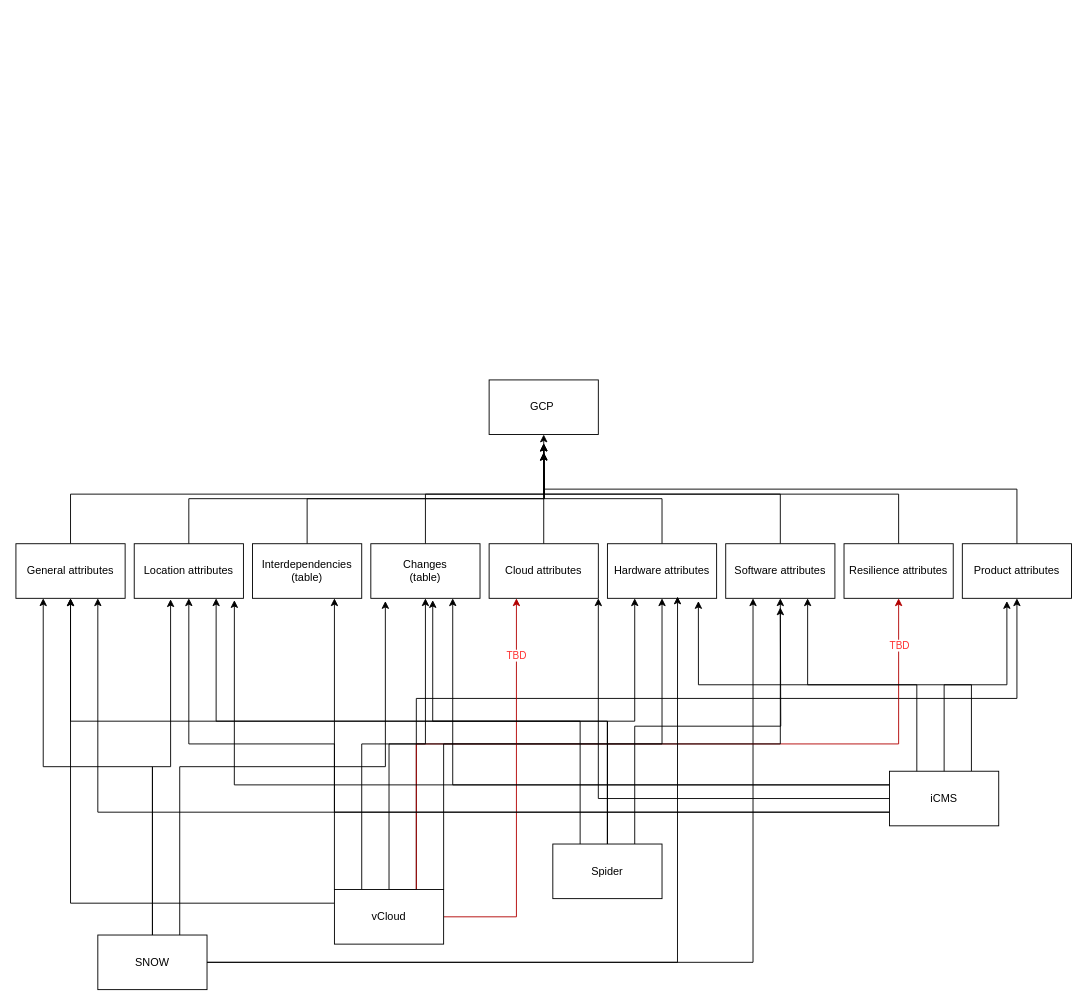
Before: Untitled Diagram.drawio in adrianroditis1/connex, a draw.io diagram. Source tidied: cells renumbered, new cells numbered last; positions are measured from the earlier drawing's top-left corner, leaving out a move shared by most shapes. Both pictures are drawn from the tidied source at 91%, with x=0, y=0 at pixel (15, 379).
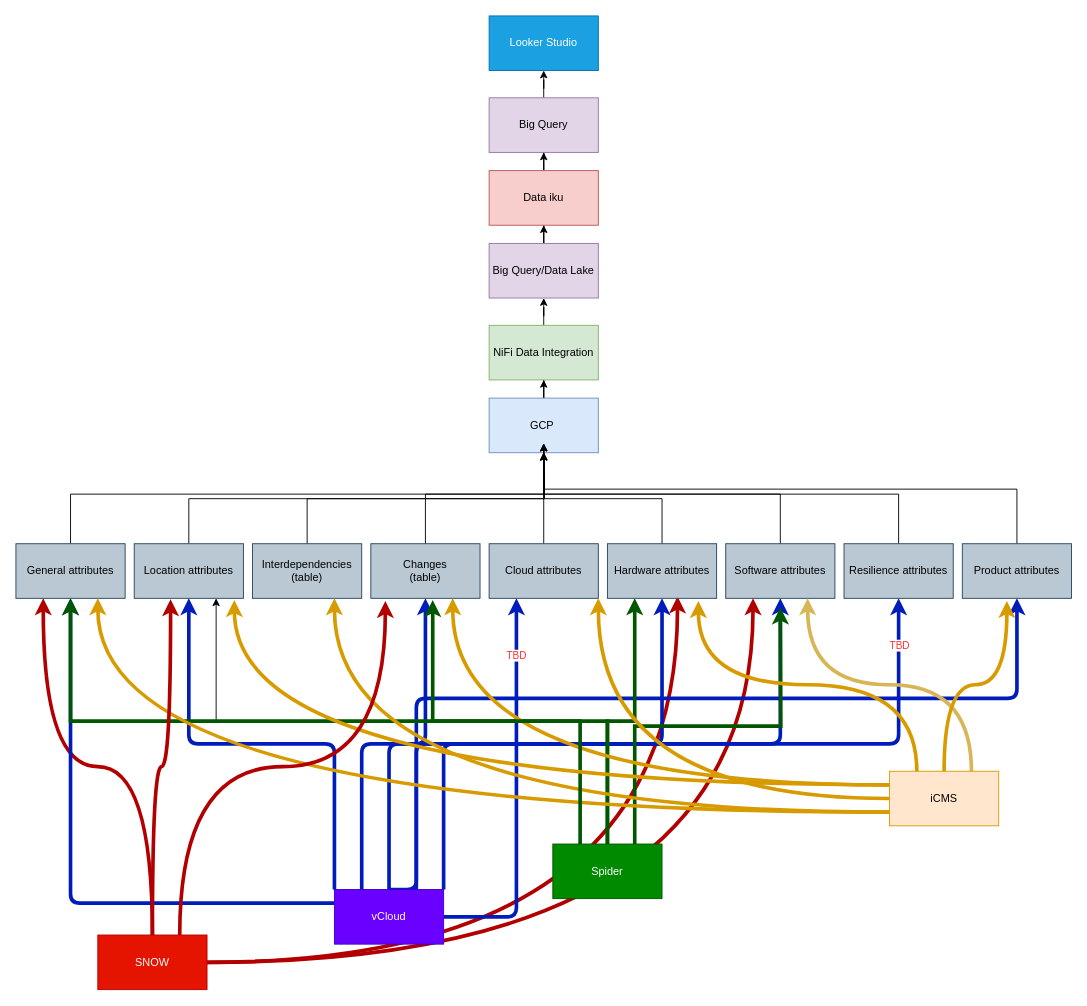
Above is the later version.

The edit, as a diff of the source:
```diff
@@
+    <mxCell id="52" style="edgeStyle=orthogonalEdgeStyle;jettySize=auto;html=1;entryX=0.642;entryY=0.967;entryDx=0;entryDy=0;entryPerimeter=0;fillColor=#e51400;strokeColor=#B20000;curved=1;strokeWidth=4;" parent="1" edge="1" source="23" target="12">
+      <mxGeometry relative="1" as="geometry" />
+    </mxCell>
+    <mxCell id="53" style="edgeStyle=orthogonalEdgeStyle;rounded=0;jettySize=auto;html=1;entryX=0.5;entryY=1;entryDx=0;entryDy=0;" parent="1" edge="1" source="2" target="55">
+      <mxGeometry relative="1" as="geometry" />
+    </mxCell>
-    <mxCell id="2" value="GCP&amp;nbsp;" style="rounded=0;whiteSpace=wrap;html=1;" parent="1" vertex="1">
-      <mxGeometry x="520" width="120" height="60" as="geometry" />
+    <mxCell id="2" value="GCP&amp;nbsp;" style="rounded=0;whiteSpace=wrap;html=1;fillColor=#dae8fc;strokeColor=#6c8ebf;" parent="1" vertex="1">
+      <mxGeometry x="520" y="20" width="120" height="60" as="geometry" />
     </mxCell>
@@
-    <mxCell id="4" value="General attributes" style="rounded=0;whiteSpace=wrap;html=1;" parent="1" vertex="1">
+    <mxCell id="4" value="General attributes" style="rounded=0;whiteSpace=wrap;html=1;fillColor=#bac8d3;strokeColor=#23445d;" parent="1" vertex="1">
       <mxGeometry y="180" width="120" height="60" as="geometry" />
     </mxCell>
@@
-    <mxCell id="6" value="Location attributes" style="rounded=0;whiteSpace=wrap;html=1;" parent="1" vertex="1">
+    <mxCell id="6" value="Location attributes" style="rounded=0;whiteSpace=wrap;html=1;fillColor=#bac8d3;strokeColor=#23445d;" parent="1" vertex="1">
       <mxGeometry x="130" y="180" width="120" height="60" as="geometry" />
     </mxCell>
@@
-    <mxCell id="8" value="Interdependencies (table)" style="rounded=0;whiteSpace=wrap;html=1;" parent="1" vertex="1">
+    <mxCell id="8" value="Interdependencies (table)" style="rounded=0;whiteSpace=wrap;html=1;fillColor=#bac8d3;strokeColor=#23445d;" parent="1" vertex="1">
       <mxGeometry x="260" y="180" width="120" height="60" as="geometry" />
     </mxCell>
@@
-    <mxCell id="10" value="Cloud attributes" style="rounded=0;whiteSpace=wrap;html=1;" parent="1" vertex="1">
+    <mxCell id="10" value="Cloud attributes" style="rounded=0;whiteSpace=wrap;html=1;fillColor=#bac8d3;strokeColor=#23445d;" parent="1" vertex="1">
       <mxGeometry x="520" y="180" width="120" height="60" as="geometry" />
     </mxCell>
@@
-    <mxCell id="12" value="Hardware attributes" style="rounded=0;whiteSpace=wrap;html=1;" parent="1" vertex="1">
+    <mxCell id="12" value="Hardware attributes" style="rounded=0;whiteSpace=wrap;html=1;fillColor=#bac8d3;strokeColor=#23445d;" parent="1" vertex="1">
       <mxGeometry x="650" y="180" width="120" height="60" as="geometry" />
     </mxCell>
@@
-    <mxCell id="14" value="Changes &lt;br&gt;(table)" style="rounded=0;whiteSpace=wrap;html=1;" parent="1" vertex="1">
+    <mxCell id="14" value="Changes &lt;br&gt;(table)" style="rounded=0;whiteSpace=wrap;html=1;fillColor=#bac8d3;strokeColor=#23445d;" parent="1" vertex="1">
       <mxGeometry x="390" y="180" width="120" height="60" as="geometry" />
     </mxCell>
@@
-    <mxCell id="16" value="Software attributes" style="rounded=0;whiteSpace=wrap;html=1;" parent="1" vertex="1">
+    <mxCell id="16" value="Software attributes" style="rounded=0;whiteSpace=wrap;html=1;fillColor=#bac8d3;strokeColor=#23445d;" parent="1" vertex="1">
       <mxGeometry x="780" y="180" width="120" height="60" as="geometry" />
     </mxCell>
@@
-    <mxCell id="18" value="Resilience attributes" style="rounded=0;whiteSpace=wrap;html=1;" parent="1" vertex="1">
+    <mxCell id="18" value="Resilience attributes" style="rounded=0;whiteSpace=wrap;html=1;fillColor=#bac8d3;strokeColor=#23445d;" parent="1" vertex="1">
       <mxGeometry x="910" y="180" width="120" height="60" as="geometry" />
     </mxCell>
@@
-    <mxCell id="20" value="Product attributes" style="rounded=0;whiteSpace=wrap;html=1;" parent="1" vertex="1">
+    <mxCell id="20" value="Product attributes" style="rounded=0;whiteSpace=wrap;html=1;fillColor=#bac8d3;strokeColor=#23445d;" parent="1" vertex="1">
       <mxGeometry x="1040" y="180" width="120" height="60" as="geometry" />
     </mxCell>
-    <mxCell id="21" style="edgeStyle=orthogonalEdgeStyle;rounded=0;jettySize=auto;html=1;entryX=0.25;entryY=1;entryDx=0;entryDy=0;" parent="1" edge="1" source="23" target="4">
+    <mxCell id="21" style="edgeStyle=orthogonalEdgeStyle;jettySize=auto;html=1;entryX=0.25;entryY=1;entryDx=0;entryDy=0;fillColor=#e51400;strokeColor=#B20000;strokeWidth=4;curved=1;" parent="1" edge="1" source="23" target="4">
       <mxGeometry relative="1" as="geometry" />
     </mxCell>
-    <mxCell id="22" style="edgeStyle=orthogonalEdgeStyle;rounded=0;jettySize=auto;html=1;entryX=0.25;entryY=1;entryDx=0;entryDy=0;" parent="1" edge="1" source="23" target="16">
+    <mxCell id="22" style="edgeStyle=orthogonalEdgeStyle;jettySize=auto;html=1;entryX=0.25;entryY=1;entryDx=0;entryDy=0;curved=1;fillColor=#e51400;strokeColor=#B20000;strokeWidth=4;" parent="1" edge="1" source="23" target="16">
       <mxGeometry relative="1" as="geometry" />
     </mxCell>
-    <mxCell id="23" value="SNOW" style="rounded=0;whiteSpace=wrap;html=1;" parent="1" vertex="1">
+    <mxCell id="23" value="SNOW" style="rounded=0;whiteSpace=wrap;html=1;fillColor=#e51400;fontColor=#ffffff;strokeColor=#B20000;" parent="1" vertex="1">
       <mxGeometry x="90" y="610" width="120" height="60" as="geometry" />
     </mxCell>
-    <mxCell id="24" style="edgeStyle=orthogonalEdgeStyle;rounded=0;jettySize=auto;html=1;exitX=0.5;exitY=0;exitDx=0;exitDy=0;entryX=0.5;entryY=1;entryDx=0;entryDy=0;" parent="1" edge="1" source="34" target="20">
+    <mxCell id="24" style="edgeStyle=orthogonalEdgeStyle;rounded=1;jettySize=auto;html=1;exitX=0.5;exitY=0;exitDx=0;exitDy=0;entryX=0.5;entryY=1;entryDx=0;entryDy=0;fillColor=#0050ef;strokeColor=#001DBC;strokeWidth=4;" parent="1" edge="1" source="34" target="20">
       <mxGeometry relative="1" as="geometry">
         <Array as="points">
           <mxPoint x="440" y="350" />
           <mxPoint x="1100" y="350" />
         </Array>
       </mxGeometry>
     </mxCell>
-    <mxCell id="25" style="edgeStyle=orthogonalEdgeStyle;rounded=0;jettySize=auto;html=1;exitX=0.75;exitY=0;exitDx=0;exitDy=0;entryX=0.5;entryY=1;entryDx=0;entryDy=0;fillColor=#e51400;strokeColor=#B20000;" parent="1" edge="1" source="34" target="18">
+    <mxCell id="25" style="edgeStyle=orthogonalEdgeStyle;rounded=1;jettySize=auto;html=1;exitX=0.75;exitY=0;exitDx=0;exitDy=0;entryX=0.5;entryY=1;entryDx=0;entryDy=0;fillColor=#0050ef;strokeColor=#001DBC;strokeWidth=4;" parent="1" edge="1" source="34" target="18">
       <mxGeometry relative="1" as="geometry" />
     </mxCell>
@@
-    <mxCell id="27" style="edgeStyle=orthogonalEdgeStyle;rounded=0;jettySize=auto;html=1;exitX=0.25;exitY=0;exitDx=0;exitDy=0;entryX=0.5;entryY=1;entryDx=0;entryDy=0;" parent="1" edge="1" source="34" target="12">
+    <mxCell id="27" style="edgeStyle=orthogonalEdgeStyle;rounded=1;jettySize=auto;html=1;exitX=0.25;exitY=0;exitDx=0;exitDy=0;entryX=0.5;entryY=1;entryDx=0;entryDy=0;fillColor=#0050ef;strokeColor=#001DBC;strokeWidth=4;" parent="1" edge="1" source="34" target="12">
       <mxGeometry relative="1" as="geometry" />
     </mxCell>
-    <mxCell id="28" style="edgeStyle=orthogonalEdgeStyle;rounded=0;jettySize=auto;html=1;entryX=0.5;entryY=1;entryDx=0;entryDy=0;" parent="1" edge="1" source="34" target="14">
+    <mxCell id="28" style="edgeStyle=orthogonalEdgeStyle;rounded=1;jettySize=auto;html=1;entryX=0.5;entryY=1;entryDx=0;entryDy=0;fillColor=#0050ef;strokeColor=#001DBC;strokeWidth=4;" parent="1" edge="1" source="34" target="14">
       <mxGeometry relative="1" as="geometry" />
     </mxCell>
-    <mxCell id="29" style="edgeStyle=orthogonalEdgeStyle;rounded=0;jettySize=auto;html=1;entryX=0.25;entryY=1;entryDx=0;entryDy=0;fillColor=#e51400;strokeColor=#B20000;" parent="1" edge="1" source="34" target="10">
+    <mxCell id="29" style="edgeStyle=orthogonalEdgeStyle;rounded=1;jettySize=auto;html=1;entryX=0.25;entryY=1;entryDx=0;entryDy=0;fillColor=#0050ef;strokeColor=#001DBC;strokeWidth=4;" parent="1" edge="1" source="34" target="10">
       <mxGeometry relative="1" as="geometry" />
     </mxCell>
@@
-    <mxCell id="31" style="edgeStyle=orthogonalEdgeStyle;rounded=0;jettySize=auto;html=1;exitX=0;exitY=0;exitDx=0;exitDy=0;entryX=0.5;entryY=1;entryDx=0;entryDy=0;" parent="1" edge="1" source="34" target="6">
+    <mxCell id="31" style="edgeStyle=orthogonalEdgeStyle;rounded=1;jettySize=auto;html=1;exitX=0;exitY=0;exitDx=0;exitDy=0;entryX=0.5;entryY=1;entryDx=0;entryDy=0;fillColor=#0050ef;strokeColor=#001DBC;strokeWidth=4;" parent="1" edge="1" source="34" target="6">
       <mxGeometry relative="1" as="geometry" />
     </mxCell>
-    <mxCell id="32" style="edgeStyle=orthogonalEdgeStyle;rounded=0;jettySize=auto;html=1;exitX=0;exitY=0.25;exitDx=0;exitDy=0;entryX=0.5;entryY=1;entryDx=0;entryDy=0;" parent="1" edge="1" source="34" target="4">
+    <mxCell id="32" style="edgeStyle=orthogonalEdgeStyle;rounded=1;jettySize=auto;html=1;exitX=0;exitY=0.25;exitDx=0;exitDy=0;entryX=0.5;entryY=1;entryDx=0;entryDy=0;fillColor=#0050ef;strokeColor=#001DBC;strokeWidth=4;" parent="1" edge="1" source="34" target="4">
       <mxGeometry relative="1" as="geometry" />
     </mxCell>
-    <mxCell id="33" style="edgeStyle=orthogonalEdgeStyle;rounded=0;jettySize=auto;html=1;exitX=1;exitY=0;exitDx=0;exitDy=0;" parent="1" edge="1" source="34" target="16">
+    <mxCell id="33" style="edgeStyle=orthogonalEdgeStyle;rounded=1;jettySize=auto;html=1;exitX=1;exitY=0;exitDx=0;exitDy=0;fillColor=#0050ef;strokeColor=#001DBC;strokeWidth=4;" parent="1" edge="1" source="34" target="16">
       <mxGeometry relative="1" as="geometry" />
     </mxCell>
-    <mxCell id="34" value="vCloud" style="rounded=0;whiteSpace=wrap;html=1;" parent="1" vertex="1">
+    <mxCell id="34" value="vCloud" style="rounded=0;whiteSpace=wrap;html=1;fillColor=#6a00ff;fontColor=#ffffff;strokeColor=#3700CC;" parent="1" vertex="1">
       <mxGeometry x="350" y="560" width="120" height="60" as="geometry" />
     </mxCell>
-    <mxCell id="35" style="edgeStyle=orthogonalEdgeStyle;rounded=0;jettySize=auto;html=1;exitX=0.5;exitY=0;exitDx=0;exitDy=0;entryX=0.25;entryY=1;entryDx=0;entryDy=0;" parent="1" edge="1" source="39" target="12">
+    <mxCell id="35" style="edgeStyle=orthogonalEdgeStyle;rounded=0;jettySize=auto;html=1;exitX=0.5;exitY=0;exitDx=0;exitDy=0;entryX=0.25;entryY=1;entryDx=0;entryDy=0;fillColor=#008a00;strokeColor=#005700;strokeWidth=4;" parent="1" edge="1" source="39" target="12">
       <mxGeometry relative="1" as="geometry" />
     </mxCell>
-    <mxCell id="36" style="edgeStyle=orthogonalEdgeStyle;rounded=0;jettySize=auto;html=1;exitX=0.75;exitY=0;exitDx=0;exitDy=0;" parent="1" edge="1" source="39">
+    <mxCell id="36" style="edgeStyle=orthogonalEdgeStyle;rounded=0;jettySize=auto;html=1;exitX=0.75;exitY=0;exitDx=0;exitDy=0;strokeWidth=4;fillColor=#008a00;strokeColor=#005700;" parent="1" edge="1" source="39">
       <mxGeometry relative="1" as="geometry">
         <mxPoint x="840" y="250" as="targetPoint" />
       </mxGeometry>
     </mxCell>
@@
-    <mxCell id="38" style="edgeStyle=orthogonalEdgeStyle;rounded=0;jettySize=auto;html=1;exitX=0.5;exitY=0;exitDx=0;exitDy=0;" parent="1" edge="1" source="39" target="4">
+    <mxCell id="38" style="edgeStyle=orthogonalEdgeStyle;rounded=0;jettySize=auto;html=1;exitX=0.5;exitY=0;exitDx=0;exitDy=0;fillColor=#008a00;strokeColor=#005700;strokeWidth=4;" parent="1" edge="1" source="39" target="4">
       <mxGeometry relative="1" as="geometry" />
     </mxCell>
+    <mxCell id="40" style="edgeStyle=orthogonalEdgeStyle;jettySize=auto;html=1;exitX=0.75;exitY=0;exitDx=0;exitDy=0;entryX=0.75;entryY=1;entryDx=0;entryDy=0;strokeWidth=4;curved=1;fillColor=#fff2cc;strokeColor=#d6b656;" parent="1" edge="1" source="45" target="16">
+      <mxGeometry relative="1" as="geometry" />
+    </mxCell>
-    <mxCell id="39" value="Spider" style="rounded=0;whiteSpace=wrap;html=1;" parent="1" vertex="1">
+    <mxCell id="39" value="Spider" style="rounded=0;whiteSpace=wrap;html=1;fillColor=#008a00;fontColor=#ffffff;strokeColor=#005700;" parent="1" vertex="1">
       <mxGeometry x="590" y="510" width="120" height="60" as="geometry" />
     </mxCell>
-    <mxCell id="40" style="edgeStyle=orthogonalEdgeStyle;rounded=0;jettySize=auto;html=1;exitX=0.75;exitY=0;exitDx=0;exitDy=0;entryX=0.75;entryY=1;entryDx=0;entryDy=0;" parent="1" edge="1" source="45" target="16">
-      <mxGeometry relative="1" as="geometry" />
-    </mxCell>
-    <mxCell id="41" style="edgeStyle=orthogonalEdgeStyle;rounded=0;jettySize=auto;html=1;entryX=1;entryY=1;entryDx=0;entryDy=0;" parent="1" edge="1" source="45" target="10">
+    <mxCell id="41" style="edgeStyle=orthogonalEdgeStyle;jettySize=auto;html=1;entryX=1;entryY=1;entryDx=0;entryDy=0;curved=1;strokeWidth=4;fillColor=#ffe6cc;strokeColor=#d79b00;" parent="1" edge="1" source="45" target="10">
       <mxGeometry relative="1" as="geometry" />
     </mxCell>
-    <mxCell id="42" style="edgeStyle=orthogonalEdgeStyle;rounded=0;jettySize=auto;html=1;exitX=0;exitY=0.25;exitDx=0;exitDy=0;entryX=0.75;entryY=1;entryDx=0;entryDy=0;" parent="1" edge="1" source="45" target="14">
+    <mxCell id="42" style="edgeStyle=orthogonalEdgeStyle;jettySize=auto;html=1;exitX=0;exitY=0.25;exitDx=0;exitDy=0;entryX=0.75;entryY=1;entryDx=0;entryDy=0;fillColor=#ffe6cc;strokeColor=#d79b00;strokeWidth=4;curved=1;" parent="1" edge="1" source="45" target="14">
       <mxGeometry relative="1" as="geometry" />
     </mxCell>
-    <mxCell id="43" style="edgeStyle=orthogonalEdgeStyle;rounded=0;jettySize=auto;html=1;exitX=0;exitY=0.75;exitDx=0;exitDy=0;entryX=0.75;entryY=1;entryDx=0;entryDy=0;" parent="1" edge="1" source="45" target="8">
+    <mxCell id="43" style="edgeStyle=orthogonalEdgeStyle;jettySize=auto;html=1;exitX=0;exitY=0.75;exitDx=0;exitDy=0;entryX=0.75;entryY=1;entryDx=0;entryDy=0;fillColor=#ffe6cc;strokeColor=#d79b00;strokeWidth=4;curved=1;" parent="1" edge="1" source="45" target="8">
       <mxGeometry relative="1" as="geometry" />
     </mxCell>
-    <mxCell id="44" style="edgeStyle=orthogonalEdgeStyle;rounded=0;jettySize=auto;html=1;exitX=0;exitY=0.75;exitDx=0;exitDy=0;entryX=0.75;entryY=1;entryDx=0;entryDy=0;" parent="1" edge="1" source="45" target="4">
+    <mxCell id="44" style="edgeStyle=orthogonalEdgeStyle;jettySize=auto;html=1;exitX=0;exitY=0.75;exitDx=0;exitDy=0;entryX=0.75;entryY=1;entryDx=0;entryDy=0;fillColor=#ffe6cc;strokeColor=#d79b00;curved=1;strokeWidth=4;" parent="1" edge="1" source="45" target="4">
       <mxGeometry relative="1" as="geometry" />
     </mxCell>
-    <mxCell id="45" value="iCMS" style="rounded=0;whiteSpace=wrap;html=1;" parent="1" vertex="1">
+    <mxCell id="45" value="iCMS" style="rounded=0;whiteSpace=wrap;html=1;fillColor=#ffe6cc;strokeColor=#d79b00;" parent="1" vertex="1">
       <mxGeometry x="960" y="430" width="120" height="60" as="geometry" />
     </mxCell>
-    <mxCell id="46" style="edgeStyle=orthogonalEdgeStyle;rounded=0;jettySize=auto;html=1;exitX=0.25;exitY=0;exitDx=0;exitDy=0;entryX=0.567;entryY=1.033;entryDx=0;entryDy=0;entryPerimeter=0;" parent="1" edge="1" source="39" target="14">
+    <mxCell id="46" style="edgeStyle=orthogonalEdgeStyle;rounded=0;jettySize=auto;html=1;exitX=0.25;exitY=0;exitDx=0;exitDy=0;entryX=0.567;entryY=1.033;entryDx=0;entryDy=0;entryPerimeter=0;fillColor=#008a00;strokeColor=#005700;strokeWidth=4;" parent="1" edge="1" source="39" target="14">
       <mxGeometry relative="1" as="geometry" />
     </mxCell>
-    <mxCell id="47" style="edgeStyle=orthogonalEdgeStyle;rounded=0;jettySize=auto;html=1;exitX=0.5;exitY=0;exitDx=0;exitDy=0;entryX=0.408;entryY=1.05;entryDx=0;entryDy=0;entryPerimeter=0;" parent="1" edge="1" source="45" target="20">
+    <mxCell id="47" style="edgeStyle=orthogonalEdgeStyle;jettySize=auto;html=1;exitX=0.5;exitY=0;exitDx=0;exitDy=0;entryX=0.408;entryY=1.05;entryDx=0;entryDy=0;entryPerimeter=0;strokeWidth=4;curved=1;fillColor=#ffe6cc;strokeColor=#d79b00;" parent="1" edge="1" source="45" target="20">
       <mxGeometry relative="1" as="geometry" />
     </mxCell>
-    <mxCell id="48" style="edgeStyle=orthogonalEdgeStyle;rounded=0;jettySize=auto;html=1;exitX=0.25;exitY=0;exitDx=0;exitDy=0;entryX=0.833;entryY=1.05;entryDx=0;entryDy=0;entryPerimeter=0;" parent="1" edge="1" source="45" target="12">
+    <mxCell id="48" style="edgeStyle=orthogonalEdgeStyle;jettySize=auto;html=1;exitX=0.25;exitY=0;exitDx=0;exitDy=0;entryX=0.833;entryY=1.05;entryDx=0;entryDy=0;entryPerimeter=0;curved=1;fillColor=#ffe6cc;strokeColor=#d79b00;strokeWidth=4;" parent="1" edge="1" source="45" target="12">
       <mxGeometry relative="1" as="geometry" />
     </mxCell>
-    <mxCell id="49" style="edgeStyle=orthogonalEdgeStyle;rounded=0;jettySize=auto;html=1;exitX=0;exitY=0.25;exitDx=0;exitDy=0;entryX=0.917;entryY=1.033;entryDx=0;entryDy=0;entryPerimeter=0;" parent="1" edge="1" source="45" target="6">
+    <mxCell id="49" style="edgeStyle=orthogonalEdgeStyle;jettySize=auto;html=1;exitX=0;exitY=0.25;exitDx=0;exitDy=0;entryX=0.917;entryY=1.033;entryDx=0;entryDy=0;entryPerimeter=0;fillColor=#ffe6cc;strokeColor=#d79b00;curved=1;strokeWidth=4;" parent="1" edge="1" source="45" target="6">
       <mxGeometry relative="1" as="geometry" />
     </mxCell>
-    <mxCell id="50" style="edgeStyle=orthogonalEdgeStyle;rounded=0;jettySize=auto;html=1;entryX=0.333;entryY=1.017;entryDx=0;entryDy=0;entryPerimeter=0;" parent="1" edge="1" source="23" target="6">
+    <mxCell id="50" style="edgeStyle=orthogonalEdgeStyle;jettySize=auto;html=1;entryX=0.333;entryY=1.017;entryDx=0;entryDy=0;entryPerimeter=0;curved=1;fillColor=#e51400;strokeColor=#B20000;strokeWidth=4;" parent="1" edge="1" source="23" target="6">
       <mxGeometry relative="1" as="geometry" />
     </mxCell>
-    <mxCell id="51" style="edgeStyle=orthogonalEdgeStyle;rounded=0;jettySize=auto;html=1;exitX=0.75;exitY=0;exitDx=0;exitDy=0;entryX=0.133;entryY=1.05;entryDx=0;entryDy=0;entryPerimeter=0;" parent="1" edge="1" source="23" target="14">
+    <mxCell id="51" style="edgeStyle=orthogonalEdgeStyle;jettySize=auto;html=1;exitX=0.75;exitY=0;exitDx=0;exitDy=0;entryX=0.133;entryY=1.05;entryDx=0;entryDy=0;entryPerimeter=0;curved=1;fillColor=#e51400;strokeColor=#B20000;strokeWidth=4;" parent="1" edge="1" source="23" target="14">
       <mxGeometry relative="1" as="geometry" />
     </mxCell>
-    <mxCell id="52" style="edgeStyle=orthogonalEdgeStyle;rounded=0;jettySize=auto;html=1;entryX=0.642;entryY=0.967;entryDx=0;entryDy=0;entryPerimeter=0;" parent="1" edge="1" source="23" target="12">
-      <mxGeometry relative="1" as="geometry" />
-    </mxCell>
+    <mxCell id="54" style="edgeStyle=orthogonalEdgeStyle;rounded=0;jettySize=auto;html=1;entryX=0.5;entryY=1;entryDx=0;entryDy=0;" parent="1" edge="1" source="55" target="57">
+      <mxGeometry relative="1" as="geometry" />
+    </mxCell>
+    <mxCell id="55" value="NiFi Data Integration" style="rounded=0;whiteSpace=wrap;html=1;fillColor=#d5e8d4;strokeColor=#82b366;" parent="1" vertex="1">
+      <mxGeometry x="520" y="-60" width="120" height="60" as="geometry" />
+    </mxCell>
+    <mxCell id="56" style="edgeStyle=orthogonalEdgeStyle;rounded=0;jettySize=auto;html=1;entryX=0.5;entryY=1;entryDx=0;entryDy=0;" parent="1" edge="1" source="57" target="59">
+      <mxGeometry relative="1" as="geometry" />
+    </mxCell>
+    <mxCell id="57" value="Big Query/Data Lake" style="rounded=0;whiteSpace=wrap;html=1;fillColor=#e1d5e7;strokeColor=#9673a6;" parent="1" vertex="1">
+      <mxGeometry x="520" y="-150" width="120" height="60" as="geometry" />
+    </mxCell>
+    <mxCell id="58" style="edgeStyle=orthogonalEdgeStyle;rounded=0;jettySize=auto;html=1;entryX=0.5;entryY=1;entryDx=0;entryDy=0;" parent="1" edge="1" source="59" target="61">
+      <mxGeometry relative="1" as="geometry" />
+    </mxCell>
+    <mxCell id="59" value="Data iku" style="rounded=0;whiteSpace=wrap;html=1;fillColor=#f8cecc;strokeColor=#b85450;" parent="1" vertex="1">
+      <mxGeometry x="520" y="-230" width="120" height="60" as="geometry" />
+    </mxCell>
+    <mxCell id="60" style="edgeStyle=orthogonalEdgeStyle;rounded=0;jettySize=auto;html=1;entryX=0.5;entryY=1;entryDx=0;entryDy=0;" parent="1" edge="1" source="61" target="62">
+      <mxGeometry relative="1" as="geometry" />
+    </mxCell>
+    <mxCell id="61" value="Big Query" style="rounded=0;whiteSpace=wrap;html=1;fillColor=#e1d5e7;strokeColor=#9673a6;" parent="1" vertex="1">
+      <mxGeometry x="520" y="-310" width="120" height="60" as="geometry" />
+    </mxCell>
+    <mxCell id="62" value="Looker Studio" style="rounded=0;whiteSpace=wrap;html=1;fillColor=#1ba1e2;fontColor=#ffffff;strokeColor=#006EAF;" parent="1" vertex="1">
+      <mxGeometry x="520" y="-400" width="120" height="60" as="geometry" />
+    </mxCell>
```
